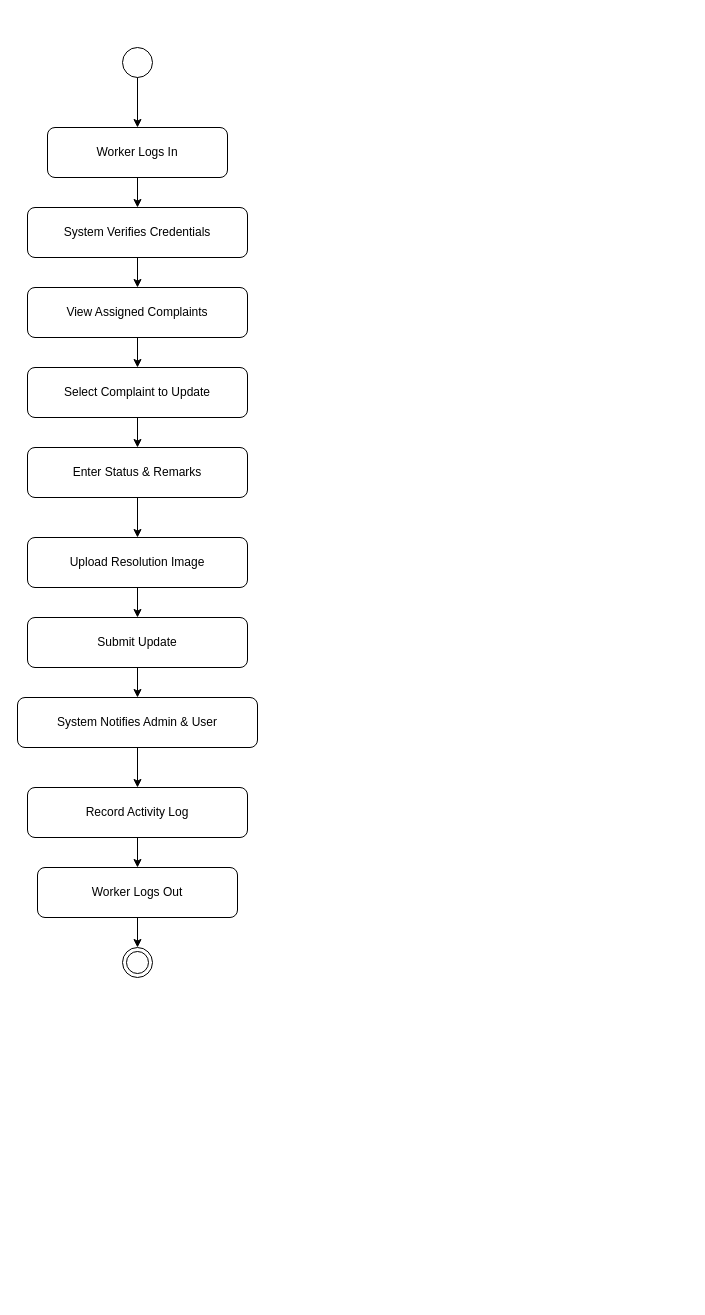
Before: UML diagrams/workerActivity.drawio in shitkarjidnesh/FixMyCity, a draw.io diagram. Source tidied: cells renumbered, new cells numbered last; positions are measured from the earlier drawing's top-left corner, leaving out a move shared by most shapes. Both pictures are drawn from the tidied source at 100%, with x=0, y=0 at pixel (17, 47).
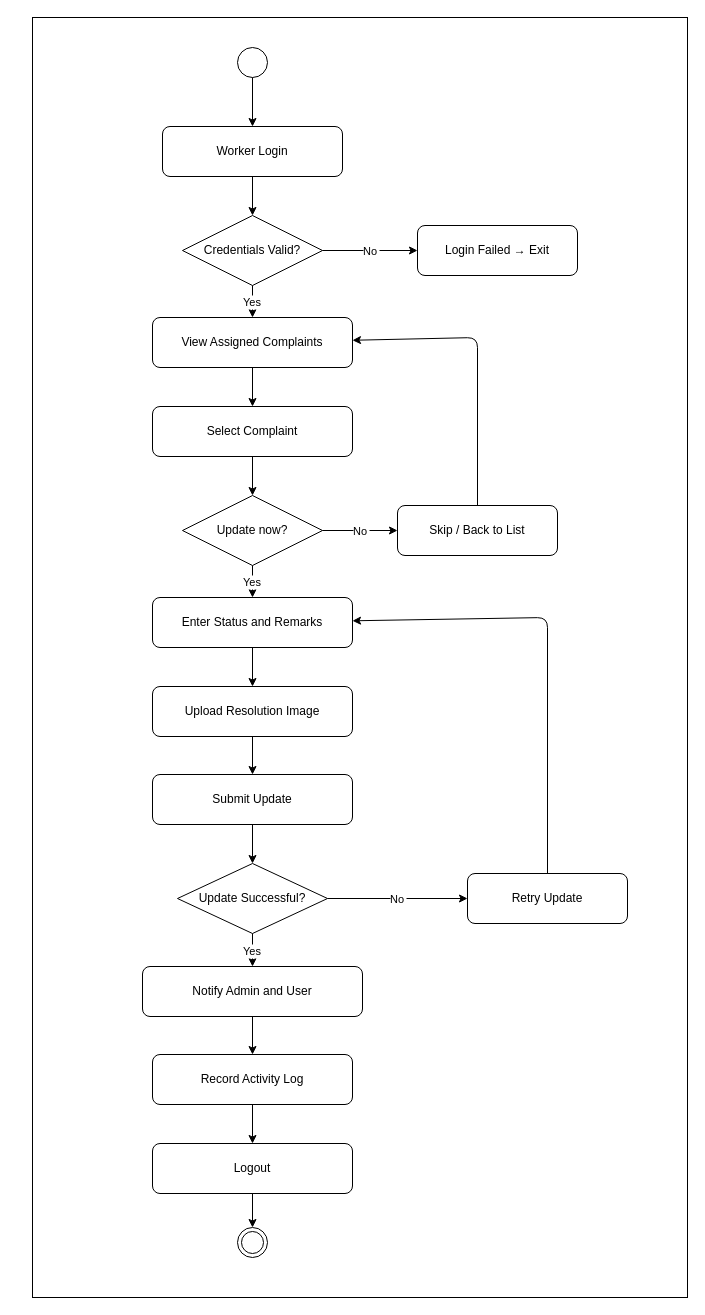
The same diagram, later.

The edit, as a diff of the source:
```diff
@@
+    <mxCell id="25" style="rounded=0;whiteSpace=wrap;html=1;" parent="1" vertex="1">
+      <mxGeometry x="15" y="-30" width="655" height="1280" as="geometry" />
+    </mxCell>
-    <mxCell id="2" style="shape=ellipse;perimeter=ellipsePerimeter;" parent="1" vertex="1">
-      <mxGeometry x="105" width="30" height="30" as="geometry" />
+    <mxCell id="2" style="shape=ellipse;" parent="1" vertex="1">
+      <mxGeometry x="220" width="30" height="30" as="geometry" />
     </mxCell>
-    <mxCell id="3" value="Worker Logs In" style="rounded=1;whiteSpace=wrap;html=1;" parent="1" vertex="1">
-      <mxGeometry x="30" y="80" width="180" height="50" as="geometry" />
+    <mxCell id="3" value="Worker Login" style="rounded=1;whiteSpace=wrap;" parent="1" vertex="1">
+      <mxGeometry x="145" y="79" width="180" height="50" as="geometry" />
     </mxCell>
-    <mxCell id="4" value="System Verifies Credentials" style="rounded=1;whiteSpace=wrap;html=1;" parent="1" vertex="1">
-      <mxGeometry x="10" y="160" width="220" height="50" as="geometry" />
-    </mxCell>
+    <mxCell id="26" value="Credentials Valid?" style="shape=rhombus;whiteSpace=wrap;" parent="1" vertex="1">
+      <mxGeometry x="165" y="168" width="140" height="70" as="geometry" />
+    </mxCell>
+    <mxCell id="27" value="Login Failed → Exit" style="rounded=1;whiteSpace=wrap;" parent="1" vertex="1">
+      <mxGeometry x="400" y="178" width="160" height="50" as="geometry" />
+    </mxCell>
-    <mxCell id="5" value="View Assigned Complaints" style="rounded=1;whiteSpace=wrap;html=1;" parent="1" vertex="1">
-      <mxGeometry x="10" y="240" width="220" height="50" as="geometry" />
+    <mxCell id="5" value="View Assigned Complaints" style="rounded=1;whiteSpace=wrap;" parent="1" vertex="1">
+      <mxGeometry x="135" y="270" width="200" height="50" as="geometry" />
     </mxCell>
-    <mxCell id="6" value="Select Complaint to Update" style="rounded=1;whiteSpace=wrap;html=1;" parent="1" vertex="1">
-      <mxGeometry x="10" y="320" width="220" height="50" as="geometry" />
+    <mxCell id="6" value="Select Complaint" style="rounded=1;whiteSpace=wrap;" parent="1" vertex="1">
+      <mxGeometry x="135" y="359" width="200" height="50" as="geometry" />
     </mxCell>
+    <mxCell id="28" value="Update now?" style="shape=rhombus;whiteSpace=wrap;" parent="1" vertex="1">
+      <mxGeometry x="165" y="448" width="140" height="70" as="geometry" />
+    </mxCell>
+    <mxCell id="29" value="Skip / Back to List" style="rounded=1;whiteSpace=wrap;" parent="1" vertex="1">
+      <mxGeometry x="380" y="458" width="160" height="50" as="geometry" />
+    </mxCell>
-    <mxCell id="7" value="Enter Status &amp; Remarks" style="rounded=1;whiteSpace=wrap;html=1;" parent="1" vertex="1">
-      <mxGeometry x="10" y="400" width="220" height="50" as="geometry" />
+    <mxCell id="7" value="Enter Status and Remarks" style="rounded=1;whiteSpace=wrap;" parent="1" vertex="1">
+      <mxGeometry x="135" y="550" width="200" height="50" as="geometry" />
     </mxCell>
-    <mxCell id="8" value="Upload Resolution Image" style="rounded=1;whiteSpace=wrap;html=1;" parent="1" vertex="1">
-      <mxGeometry x="10" y="490" width="220" height="50" as="geometry" />
+    <mxCell id="8" value="Upload Resolution Image" style="rounded=1;whiteSpace=wrap;" parent="1" vertex="1">
+      <mxGeometry x="135" y="639" width="200" height="50" as="geometry" />
     </mxCell>
-    <mxCell id="9" value="Submit Update" style="rounded=1;whiteSpace=wrap;html=1;" parent="1" vertex="1">
-      <mxGeometry x="10" y="570" width="220" height="50" as="geometry" />
+    <mxCell id="9" value="Submit Update" style="rounded=1;whiteSpace=wrap;" parent="1" vertex="1">
+      <mxGeometry x="135" y="727" width="200" height="50" as="geometry" />
     </mxCell>
+    <mxCell id="30" value="Update Successful?" style="shape=rhombus;whiteSpace=wrap;" parent="1" vertex="1">
+      <mxGeometry x="160" y="816" width="150" height="70" as="geometry" />
+    </mxCell>
+    <mxCell id="31" value="Retry Update" style="rounded=1;whiteSpace=wrap;" parent="1" vertex="1">
+      <mxGeometry x="450" y="826" width="160" height="50" as="geometry" />
+    </mxCell>
-    <mxCell id="10" value="System Notifies Admin &amp; User" style="rounded=1;whiteSpace=wrap;html=1;" parent="1" vertex="1">
-      <mxGeometry y="650" width="240" height="50" as="geometry" />
+    <mxCell id="10" value="Notify Admin and User" style="rounded=1;whiteSpace=wrap;" parent="1" vertex="1">
+      <mxGeometry x="125" y="919" width="220" height="50" as="geometry" />
     </mxCell>
-    <mxCell id="11" value="Record Activity Log" style="rounded=1;whiteSpace=wrap;html=1;" parent="1" vertex="1">
-      <mxGeometry x="10" y="740" width="220" height="50" as="geometry" />
+    <mxCell id="11" value="Record Activity Log" style="rounded=1;whiteSpace=wrap;" parent="1" vertex="1">
+      <mxGeometry x="135" y="1007" width="200" height="50" as="geometry" />
     </mxCell>
-    <mxCell id="12" value="Worker Logs Out" style="rounded=1;whiteSpace=wrap;html=1;" parent="1" vertex="1">
-      <mxGeometry x="20" y="820" width="200" height="50" as="geometry" />
+    <mxCell id="12" value="Logout" style="rounded=1;whiteSpace=wrap;" parent="1" vertex="1">
+      <mxGeometry x="135" y="1096" width="200" height="50" as="geometry" />
     </mxCell>
     <mxCell id="13" style="shape=doubleEllipse;" parent="1" vertex="1">
-      <mxGeometry x="105" y="900" width="30" height="30" as="geometry" />
+      <mxGeometry x="220" y="1180" width="30" height="30" as="geometry" />
     </mxCell>
-    <mxCell id="14" style="endArrow=classic;rounded=1;" parent="1" edge="1" source="2" target="3">
+    <mxCell id="14" parent="1" edge="1" source="2" target="3">
       <mxGeometry relative="1" as="geometry" />
     </mxCell>
-    <mxCell id="15" style="endArrow=classic;rounded=1;" parent="1" edge="1" source="3" target="4">
-      <mxGeometry relative="1" as="geometry" />
-    </mxCell>
-    <mxCell id="16" style="endArrow=classic;rounded=1;" parent="1" edge="1" source="4" target="5">
-      <mxGeometry relative="1" as="geometry" />
-    </mxCell>
+    <mxCell id="32" parent="1" edge="1" source="3" target="26">
+      <mxGeometry relative="1" as="geometry" />
+    </mxCell>
+    <mxCell id="33" value="No" parent="1" edge="1" source="26" target="27">
+      <mxGeometry relative="1" as="geometry" />
+    </mxCell>
+    <mxCell id="34" value="Yes" parent="1" edge="1" source="26" target="5">
+      <mxGeometry relative="1" as="geometry" />
+    </mxCell>
-    <mxCell id="17" style="endArrow=classic;rounded=1;" parent="1" edge="1" source="5" target="6">
+    <mxCell id="17" parent="1" edge="1" source="5" target="6">
       <mxGeometry relative="1" as="geometry" />
     </mxCell>
-    <mxCell id="18" style="endArrow=classic;rounded=1;" parent="1" edge="1" source="6" target="7">
-      <mxGeometry relative="1" as="geometry" />
-    </mxCell>
+    <mxCell id="35" parent="1" edge="1" source="6" target="28">
+      <mxGeometry relative="1" as="geometry" />
+    </mxCell>
+    <mxCell id="36" value="No" parent="1" edge="1" source="28" target="29">
+      <mxGeometry relative="1" as="geometry" />
+    </mxCell>
+    <mxCell id="37" parent="1" edge="1" source="29" target="5">
+      <mxGeometry relative="1" as="geometry">
+        <Array as="points">
+          <mxPoint x="460" y="290" />
+        </Array>
+      </mxGeometry>
+    </mxCell>
+    <mxCell id="38" value="Yes" parent="1" edge="1" source="28" target="7">
+      <mxGeometry relative="1" as="geometry" />
+    </mxCell>
-    <mxCell id="19" style="endArrow=classic;rounded=1;" parent="1" edge="1" source="7" target="8">
+    <mxCell id="19" parent="1" edge="1" source="7" target="8">
       <mxGeometry relative="1" as="geometry" />
     </mxCell>
-    <mxCell id="20" style="endArrow=classic;rounded=1;" parent="1" edge="1" source="8" target="9">
+    <mxCell id="20" parent="1" edge="1" source="8" target="9">
       <mxGeometry relative="1" as="geometry" />
     </mxCell>
-    <mxCell id="21" style="endArrow=classic;rounded=1;" parent="1" edge="1" source="9" target="10">
-      <mxGeometry relative="1" as="geometry" />
-    </mxCell>
+    <mxCell id="39" parent="1" edge="1" source="9" target="30">
+      <mxGeometry relative="1" as="geometry" />
+    </mxCell>
+    <mxCell id="40" value="No" parent="1" edge="1" source="30" target="31">
+      <mxGeometry relative="1" as="geometry" />
+    </mxCell>
+    <mxCell id="41" parent="1" edge="1" source="31" target="7">
+      <mxGeometry relative="1" as="geometry">
+        <Array as="points">
+          <mxPoint x="530" y="570" />
+        </Array>
+      </mxGeometry>
+    </mxCell>
+    <mxCell id="42" value="Yes" parent="1" edge="1" source="30" target="10">
+      <mxGeometry relative="1" as="geometry" />
+    </mxCell>
-    <mxCell id="22" style="endArrow=classic;rounded=1;" parent="1" edge="1" source="10" target="11">
+    <mxCell id="22" parent="1" edge="1" source="10" target="11">
       <mxGeometry relative="1" as="geometry" />
     </mxCell>
-    <mxCell id="23" style="endArrow=classic;rounded=1;" parent="1" edge="1" source="11" target="12">
+    <mxCell id="23" parent="1" edge="1" source="11" target="12">
       <mxGeometry relative="1" as="geometry" />
     </mxCell>
-    <mxCell id="24" style="endArrow=classic;rounded=1;" parent="1" edge="1" source="12" target="13">
+    <mxCell id="24" parent="1" edge="1" source="12" target="13">
       <mxGeometry relative="1" as="geometry" />
     </mxCell>
```
